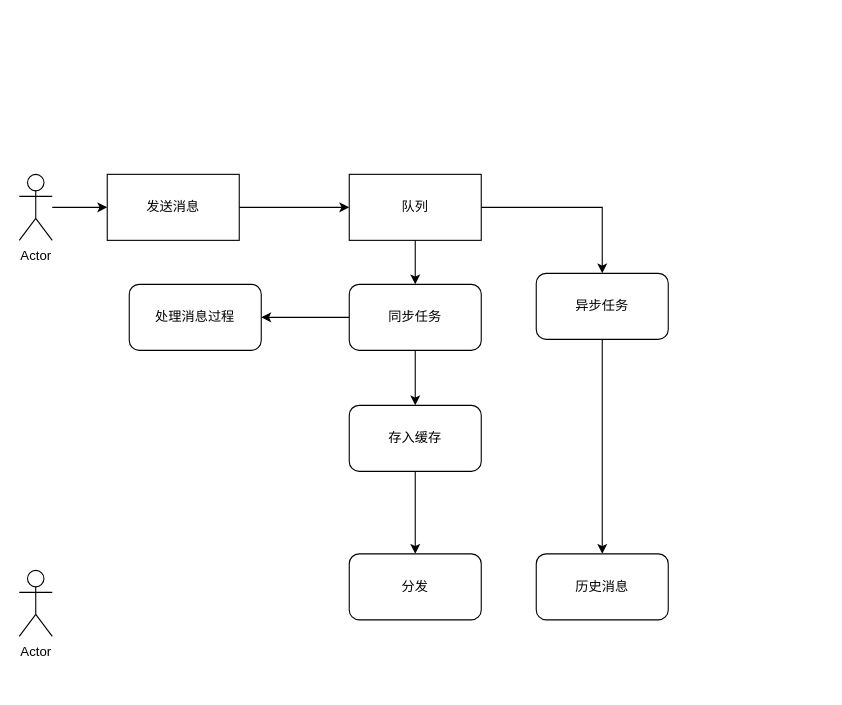
Above: page "Page-1" (1 of 2) of im.drawio in dovezat/drawio (draw.io), before the change. Source tidied: cells renumbered, new cells numbered last; positions are measured from the earlier drawing's top-left corner, leaving out a move shared by most shapes. Both pictures are drawn from the tidied source at 110%, with x=0, y=0 at pixel (19, 174).
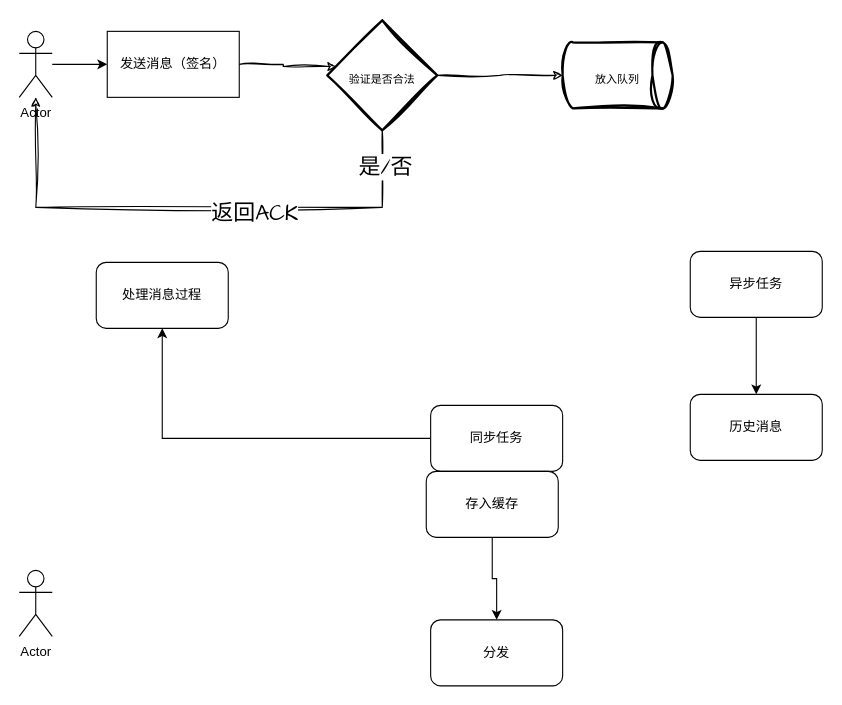
After the change.

The edit, as a diff of the source:
```diff
@@
-    <mxCell id="2" style="edgeStyle=orthogonalEdgeStyle;rounded=0;jettySize=auto;html=1;entryX=0;entryY=0.5;entryDx=0;entryDy=0;" parent="1" edge="1" source="3" target="8">
-      <mxGeometry relative="1" as="geometry" />
-    </mxCell>
+    <mxCell id="20" style="edgeStyle=orthogonalEdgeStyle;rounded=0;sketch=1;hachureGap=4;jiggle=2;curveFitting=1;jettySize=auto;html=1;entryX=0.087;entryY=0.42;entryDx=0;entryDy=0;entryPerimeter=0;fontFamily=Architects Daughter;fontSize=16;" parent="1" edge="1" source="3" target="25">
+      <mxGeometry relative="1" as="geometry" />
+    </mxCell>
-    <mxCell id="3" value="发送消息" style="rounded=0;whiteSpace=wrap;html=1;" parent="1" vertex="1">
-      <mxGeometry x="80" width="120" height="60" as="geometry" />
+    <mxCell id="3" value="发送消息（签名）" style="rounded=0;whiteSpace=wrap;html=1;" parent="1" vertex="1">
+      <mxGeometry x="80" y="-130" width="120" height="60" as="geometry" />
     </mxCell>
@@
     <mxCell id="5" value="Actor" style="shape=umlActor;verticalLabelPosition=bottom;verticalAlign=top;html=1;outlineConnect=0;" parent="1" vertex="1">
-      <mxGeometry width="30" height="60" as="geometry" />
+      <mxGeometry y="-130" width="30" height="60" as="geometry" />
     </mxCell>
-    <mxCell id="6" style="edgeStyle=orthogonalEdgeStyle;rounded=0;jettySize=auto;html=1;entryX=0.5;entryY=0;entryDx=0;entryDy=0;" parent="1" edge="1" source="8" target="11">
-      <mxGeometry relative="1" as="geometry" />
-    </mxCell>
-    <mxCell id="7" style="edgeStyle=orthogonalEdgeStyle;rounded=0;jettySize=auto;html=1;" parent="1" edge="1" source="8" target="13">
-      <mxGeometry relative="1" as="geometry" />
-    </mxCell>
-    <mxCell id="8" value="队列" style="rounded=0;whiteSpace=wrap;html=1;" parent="1" vertex="1">
-      <mxGeometry x="300" width="120" height="60" as="geometry" />
-    </mxCell>
@@
     <mxCell id="11" value="同步任务" style="rounded=1;whiteSpace=wrap;html=1;" parent="1" vertex="1">
-      <mxGeometry x="300" y="100" width="120" height="60" as="geometry" />
+      <mxGeometry x="374" y="210" width="120" height="60" as="geometry" />
     </mxCell>
@@
     <mxCell id="13" value="异步任务" style="rounded=1;whiteSpace=wrap;html=1;" parent="1" vertex="1">
-      <mxGeometry x="470" y="90" width="120" height="60" as="geometry" />
+      <mxGeometry x="610" y="70" width="120" height="60" as="geometry" />
     </mxCell>
     <mxCell id="14" value="处理消息过程" style="rounded=1;whiteSpace=wrap;html=1;" parent="1" vertex="1">
-      <mxGeometry x="100" y="100" width="120" height="60" as="geometry" />
+      <mxGeometry x="70" y="80" width="120" height="60" as="geometry" />
     </mxCell>
@@
     <mxCell id="16" value="存入缓存" style="rounded=1;whiteSpace=wrap;html=1;" parent="1" vertex="1">
-      <mxGeometry x="300" y="210" width="120" height="60" as="geometry" />
+      <mxGeometry x="370" y="270" width="120" height="60" as="geometry" />
     </mxCell>
     <mxCell id="17" value="分发" style="rounded=1;whiteSpace=wrap;html=1;" parent="1" vertex="1">
-      <mxGeometry x="300" y="345" width="120" height="60" as="geometry" />
+      <mxGeometry x="374" y="405" width="120" height="60" as="geometry" />
     </mxCell>
     <mxCell id="18" value="历史消息" style="rounded=1;whiteSpace=wrap;html=1;" parent="1" vertex="1">
-      <mxGeometry x="470" y="345" width="120" height="60" as="geometry" />
+      <mxGeometry x="610" y="200" width="120" height="60" as="geometry" />
     </mxCell>
@@
+    <mxCell id="21" style="edgeStyle=orthogonalEdgeStyle;rounded=0;sketch=1;hachureGap=4;jiggle=2;curveFitting=1;jettySize=auto;html=1;fontFamily=Architects Daughter;fontSize=16;exitX=0.5;exitY=1;exitDx=0;exitDy=0;exitPerimeter=0;" parent="1" edge="1" source="25" target="5">
+      <mxGeometry relative="1" as="geometry">
+        <Array as="points">
+          <mxPoint x="330" y="30" />
+          <mxPoint x="15" y="30" />
+        </Array>
+      </mxGeometry>
+    </mxCell>
+    <mxCell id="22" value="返回ACK" style="edgeLabel;html=1;align=center;verticalAlign=middle;fontSize=20;fontFamily=Architects Daughter;" parent="21" vertex="1">
+      <mxGeometry x="-0.23" y="4" relative="1" as="geometry" />
+    </mxCell>
+    <mxCell id="23" value="是/否" style="edgeLabel;html=1;align=center;verticalAlign=middle;fontSize=20;fontFamily=Architects Daughter;" parent="21" vertex="1">
+      <mxGeometry x="-0.87" y="2" relative="1" as="geometry" />
+    </mxCell>
+    <mxCell id="24" style="edgeStyle=orthogonalEdgeStyle;rounded=0;sketch=1;hachureGap=4;jiggle=2;curveFitting=1;jettySize=auto;html=1;entryX=0;entryY=0.5;entryDx=0;entryDy=0;fontFamily=Architects Daughter;fontSize=16;" parent="1" edge="1" source="25">
+      <mxGeometry relative="1" as="geometry">
+        <mxPoint x="494" y="-90" as="targetPoint" />
+      </mxGeometry>
+    </mxCell>
+    <mxCell id="25" value="&lt;font style=&quot;font-size: 10px;&quot;&gt;验证是否合法&lt;/font&gt;" style="strokeWidth=2;html=1;shape=mxgraph.flowchart.decision;whiteSpace=wrap;sketch=1;hachureGap=4;jiggle=2;curveFitting=1;fontFamily=Architects Daughter;fontSize=20;" parent="1" vertex="1">
+      <mxGeometry x="280" y="-140" width="100" height="100" as="geometry" />
+    </mxCell>
+    <mxCell id="26" value="&lt;font style=&quot;font-size: 10px;&quot;&gt;放入队列&lt;/font&gt;" style="strokeWidth=2;html=1;shape=mxgraph.flowchart.direct_data;whiteSpace=wrap;sketch=1;hachureGap=4;jiggle=2;curveFitting=1;fontFamily=Architects Daughter;fontSize=20;" parent="1" vertex="1">
+      <mxGeometry x="494" y="-120" width="100" height="60" as="geometry" />
+    </mxCell>
```
